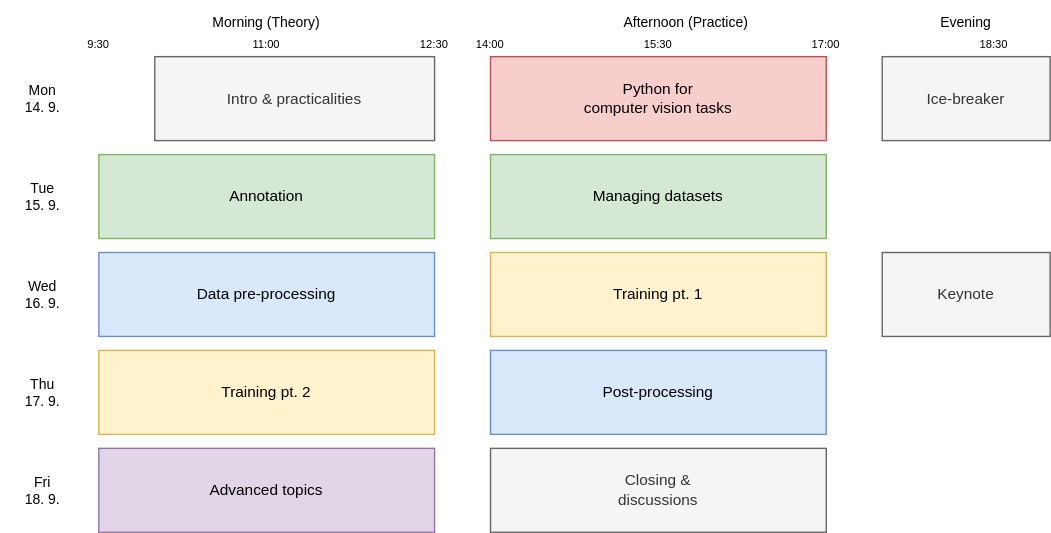
Before: figs/programme.svg, a diagram exported from draw.io (ARUP-CAS/atrium-school-ml). Source tidied: cells renumbered, new cells last; positions are measured from the earlier drawing's top-left corner, leaving out a move shared by most shapes.
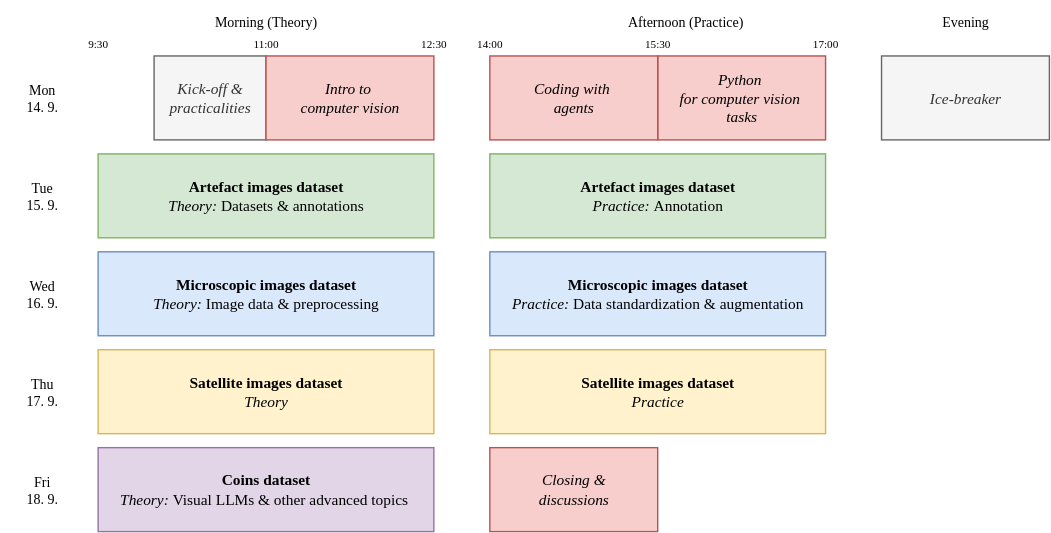
Above is the later version.

The edit, as a diff of the source:
```diff
@@ -2,86 +2,86 @@
   <root>
     <mxCell id="0" />
     <mxCell id="1" parent="0" />
-    <mxCell id="2" value="Tue&lt;br style=&quot;font-size: 10px;&quot;&gt;15. 9." style="text;html=1;strokeColor=none;fillColor=none;align=center;verticalAlign=middle;whiteSpace=wrap;rounded=0;fontStyle=0;fontFamily=Helvetica;fontSize=10;" parent="1" vertex="1">
+    <mxCell id="2" value="Tue&lt;br style=&quot;font-size: 10px;&quot;&gt;15. 9." style="text;html=1;strokeColor=none;fillColor=none;align=center;verticalAlign=middle;whiteSpace=wrap;rounded=0;fontStyle=0;fontFamily=Alegreya sans;fontSize=10;fontSource=https%3A%2F%2Ffonts.googleapis.com%2Fcss%3Ffamily%3DAlegreya%2Bsans;" parent="1" vertex="1">
       <mxGeometry y="110" width="60" height="60" as="geometry" />
     </mxCell>
-    <mxCell id="3" value="Mon&lt;br style=&quot;font-size: 10px;&quot;&gt;14. 9." style="text;html=1;strokeColor=none;fillColor=none;align=center;verticalAlign=middle;whiteSpace=wrap;rounded=0;fontStyle=0;fontFamily=Helvetica;fontSize=10;" parent="1" vertex="1">
+    <mxCell id="3" value="Mon&lt;br style=&quot;font-size: 10px;&quot;&gt;14. 9." style="text;html=1;strokeColor=none;fillColor=none;align=center;verticalAlign=middle;whiteSpace=wrap;rounded=0;fontStyle=0;fontFamily=Alegreya sans;fontSize=10;fontSource=https%3A%2F%2Ffonts.googleapis.com%2Fcss%3Ffamily%3DAlegreya%2Bsans;" parent="1" vertex="1">
       <mxGeometry y="40" width="60" height="60" as="geometry" />
     </mxCell>
-    <mxCell id="4" value="Wed&lt;br style=&quot;font-size: 10px;&quot;&gt;16. 9." style="text;html=1;strokeColor=none;fillColor=none;align=center;verticalAlign=middle;whiteSpace=wrap;rounded=0;fontStyle=0;fontFamily=Helvetica;fontSize=10;" parent="1" vertex="1">
+    <mxCell id="4" value="Wed&lt;br style=&quot;font-size: 10px;&quot;&gt;16. 9." style="text;html=1;strokeColor=none;fillColor=none;align=center;verticalAlign=middle;whiteSpace=wrap;rounded=0;fontStyle=0;fontFamily=Alegreya sans;fontSize=10;fontSource=https%3A%2F%2Ffonts.googleapis.com%2Fcss%3Ffamily%3DAlegreya%2Bsans;" parent="1" vertex="1">
       <mxGeometry y="180" width="60" height="60" as="geometry" />
     </mxCell>
-    <mxCell id="5" value="Thu&lt;br style=&quot;font-size: 10px;&quot;&gt;17. 9." style="text;html=1;strokeColor=none;fillColor=none;align=center;verticalAlign=middle;whiteSpace=wrap;rounded=0;fontStyle=0;fontFamily=Helvetica;fontSize=10;" parent="1" vertex="1">
+    <mxCell id="5" value="Thu&lt;br style=&quot;font-size: 10px;&quot;&gt;17. 9." style="text;html=1;strokeColor=none;fillColor=none;align=center;verticalAlign=middle;whiteSpace=wrap;rounded=0;fontStyle=0;fontFamily=Alegreya sans;fontSize=10;fontSource=https%3A%2F%2Ffonts.googleapis.com%2Fcss%3Ffamily%3DAlegreya%2Bsans;" parent="1" vertex="1">
       <mxGeometry y="250" width="60" height="60" as="geometry" />
     </mxCell>
-    <mxCell id="6" value="Fri&lt;br style=&quot;font-size: 10px;&quot;&gt;18. 9." style="text;html=1;strokeColor=none;fillColor=none;align=center;verticalAlign=middle;whiteSpace=wrap;rounded=0;fontStyle=0;fontFamily=Helvetica;fontSize=10;" parent="1" vertex="1">
+    <mxCell id="6" value="Fri&lt;br style=&quot;font-size: 10px;&quot;&gt;18. 9." style="text;html=1;strokeColor=none;fillColor=none;align=center;verticalAlign=middle;whiteSpace=wrap;rounded=0;fontStyle=0;fontFamily=Alegreya sans;fontSize=10;fontSource=https%3A%2F%2Ffonts.googleapis.com%2Fcss%3Ffamily%3DAlegreya%2Bsans;" parent="1" vertex="1">
       <mxGeometry y="320" width="60" height="60" as="geometry" />
     </mxCell>
-    <mxCell id="7" value="Morning (Theory)" style="text;html=1;strokeColor=none;fillColor=none;align=center;verticalAlign=middle;whiteSpace=wrap;rounded=0;fontFamily=Helvetica;fontStyle=0;fontSize=10;" parent="1" vertex="1">
+    <mxCell id="7" value="Morning (Theory)" style="text;html=1;strokeColor=none;fillColor=none;align=center;verticalAlign=middle;whiteSpace=wrap;rounded=0;fontFamily=Alegreya sans;fontStyle=0;fontSize=10;fontSource=https%3A%2F%2Ffonts.googleapis.com%2Fcss%3Ffamily%3DAlegreya%2Bsans;" parent="1" vertex="1">
       <mxGeometry x="70" width="240" height="30" as="geometry" />
     </mxCell>
-    <mxCell id="8" value="Afternoon (Practice)" style="text;html=1;strokeColor=none;fillColor=none;align=center;verticalAlign=middle;whiteSpace=wrap;rounded=0;fontFamily=Helvetica;fontSize=10;" parent="1" vertex="1">
+    <mxCell id="8" value="Afternoon (Practice)" style="text;html=1;strokeColor=none;fillColor=none;align=center;verticalAlign=middle;whiteSpace=wrap;rounded=0;fontFamily=Alegreya sans;fontSize=10;fontSource=https%3A%2F%2Ffonts.googleapis.com%2Fcss%3Ffamily%3DAlegreya%2Bsans;" parent="1" vertex="1">
       <mxGeometry x="350" width="280" height="30" as="geometry" />
     </mxCell>
-    <mxCell id="9" value="Evening" style="text;html=1;strokeColor=none;fillColor=none;align=center;verticalAlign=middle;whiteSpace=wrap;rounded=0;fontFamily=Helvetica;fontSize=10;" parent="1" vertex="1">
+    <mxCell id="9" value="Evening" style="text;html=1;strokeColor=none;fillColor=none;align=center;verticalAlign=middle;whiteSpace=wrap;rounded=0;fontFamily=Alegreya sans;fontSize=10;fontSource=https%3A%2F%2Ffonts.googleapis.com%2Fcss%3Ffamily%3DAlegreya%2Bsans;" parent="1" vertex="1">
       <mxGeometry x="630" width="120" height="30" as="geometry" />
     </mxCell>
-    <mxCell id="10" value="Intro &amp;amp; practicalities" style="rounded=0;whiteSpace=wrap;html=1;fillColor=#f5f5f5;strokeColor=#666666;fontFamily=Helvetica;fontSize=11;fontColor=#333333;" parent="1" vertex="1">
-      <mxGeometry x="110" y="40" width="200" height="60" as="geometry" />
+    <mxCell id="10" value="Kick-off &amp;amp; practicalities" style="rounded=0;whiteSpace=wrap;html=1;fillColor=#f5f5f5;strokeColor=#666666;fontFamily=Alegreya sans;fontSize=11;fontColor=#333333;fontSource=https%3A%2F%2Ffonts.googleapis.com%2Fcss%3Ffamily%3DAlegreya%2Bsans;fontStyle=2;" parent="1" vertex="1">
+      <mxGeometry x="110" y="40" width="80" height="60" as="geometry" />
     </mxCell>
-    <mxCell id="11" value="Ice-breaker" style="rounded=0;whiteSpace=wrap;html=1;fillColor=#f5f5f5;strokeColor=#666666;fontFamily=Helvetica;fontSize=11;fontColor=#333333;" parent="1" vertex="1">
+    <mxCell id="11" value="Ice-breaker" style="rounded=0;whiteSpace=wrap;html=1;fillColor=#f5f5f5;strokeColor=#666666;fontFamily=Alegreya sans;fontSize=11;fontColor=#333333;fontSource=https%3A%2F%2Ffonts.googleapis.com%2Fcss%3Ffamily%3DAlegreya%2Bsans;fontStyle=2;" parent="1" vertex="1">
       <mxGeometry x="630" y="40" width="120" height="60" as="geometry" />
     </mxCell>
-    <mxCell id="12" value="Post-processing" style="rounded=0;whiteSpace=wrap;html=1;fontFamily=Helvetica;fontSize=11;fillColor=#dae8fc;strokeColor=#6c8ebf;" parent="1" vertex="1">
-      <mxGeometry x="350" y="250" width="240" height="60" as="geometry" />
-    </mxCell>
-    <mxCell id="13" value="Closing &amp;amp;&lt;br&gt;discussions" style="rounded=0;whiteSpace=wrap;html=1;fontFamily=Helvetica;fontSize=11;fillColor=#f5f5f5;strokeColor=#666666;fontColor=#333333;" parent="1" vertex="1">
-      <mxGeometry x="350" y="320" width="240" height="60" as="geometry" />
+    <mxCell id="13" value="Closing &amp;amp;&lt;br&gt;discussions" style="rounded=0;whiteSpace=wrap;html=1;fontFamily=Alegreya sans;fontSize=11;fillColor=#f8cecc;strokeColor=#b85450;fontSource=https%3A%2F%2Ffonts.googleapis.com%2Fcss%3Ffamily%3DAlegreya%2Bsans;fontStyle=2;" parent="1" vertex="1">
+      <mxGeometry x="350" y="320" width="120" height="60" as="geometry" />
     </mxCell>
-    <mxCell id="14" value="&lt;font style=&quot;font-size: 8px;&quot;&gt;9:30&lt;/font&gt;" style="text;html=1;strokeColor=none;fillColor=none;align=center;verticalAlign=middle;whiteSpace=wrap;rounded=0;fontFamily=Helvetica;" parent="1" vertex="1">
+    <mxCell id="14" value="&lt;font style=&quot;font-size: 8px;&quot;&gt;9:30&lt;/font&gt;" style="text;html=1;strokeColor=none;fillColor=none;align=center;verticalAlign=middle;whiteSpace=wrap;rounded=0;fontFamily=Alegreya sans;fontSource=https%3A%2F%2Ffonts.googleapis.com%2Fcss%3Ffamily%3DAlegreya%2Bsans;" parent="1" vertex="1">
       <mxGeometry x="50" y="20" width="40" height="20" as="geometry" />
     </mxCell>
-    <mxCell id="15" value="&lt;font style=&quot;font-size: 8px;&quot;&gt;14:00&lt;/font&gt;" style="text;html=1;strokeColor=none;fillColor=none;align=center;verticalAlign=middle;whiteSpace=wrap;rounded=0;fontFamily=Helvetica;" parent="1" vertex="1">
+    <mxCell id="15" value="&lt;font style=&quot;font-size: 8px;&quot;&gt;14:00&lt;/font&gt;" style="text;html=1;strokeColor=none;fillColor=none;align=center;verticalAlign=middle;whiteSpace=wrap;rounded=0;fontFamily=Alegreya sans;fontSource=https%3A%2F%2Ffonts.googleapis.com%2Fcss%3Ffamily%3DAlegreya%2Bsans;" parent="1" vertex="1">
       <mxGeometry x="330" y="20" width="40" height="20" as="geometry" />
     </mxCell>
-    <mxCell id="16" value="&lt;font style=&quot;font-size: 8px;&quot;&gt;12:30&lt;/font&gt;" style="text;html=1;strokeColor=none;fillColor=none;align=center;verticalAlign=middle;whiteSpace=wrap;rounded=0;fontFamily=Helvetica;" parent="1" vertex="1">
+    <mxCell id="16" value="&lt;font style=&quot;font-size: 8px;&quot;&gt;12:30&lt;/font&gt;" style="text;html=1;strokeColor=none;fillColor=none;align=center;verticalAlign=middle;whiteSpace=wrap;rounded=0;fontFamily=Alegreya sans;fontSource=https%3A%2F%2Ffonts.googleapis.com%2Fcss%3Ffamily%3DAlegreya%2Bsans;" parent="1" vertex="1">
       <mxGeometry x="290" y="20" width="40" height="20" as="geometry" />
     </mxCell>
-    <mxCell id="17" value="&lt;font style=&quot;font-size: 8px;&quot;&gt;11:00&lt;/font&gt;" style="text;html=1;strokeColor=none;fillColor=none;align=center;verticalAlign=middle;whiteSpace=wrap;rounded=0;fontFamily=Helvetica;" parent="1" vertex="1">
+    <mxCell id="17" value="&lt;font style=&quot;font-size: 8px;&quot;&gt;11:00&lt;/font&gt;" style="text;html=1;strokeColor=none;fillColor=none;align=center;verticalAlign=middle;whiteSpace=wrap;rounded=0;fontFamily=Alegreya sans;fontSource=https%3A%2F%2Ffonts.googleapis.com%2Fcss%3Ffamily%3DAlegreya%2Bsans;" parent="1" vertex="1">
       <mxGeometry x="170" y="20" width="40" height="20" as="geometry" />
     </mxCell>
-    <mxCell id="18" value="&lt;font style=&quot;font-size: 8px;&quot;&gt;15:30&lt;/font&gt;" style="text;html=1;strokeColor=none;fillColor=none;align=center;verticalAlign=middle;whiteSpace=wrap;rounded=0;fontFamily=Helvetica;" parent="1" vertex="1">
+    <mxCell id="18" value="&lt;font style=&quot;font-size: 8px;&quot;&gt;15:30&lt;/font&gt;" style="text;html=1;strokeColor=none;fillColor=none;align=center;verticalAlign=middle;whiteSpace=wrap;rounded=0;fontFamily=Alegreya sans;fontSource=https%3A%2F%2Ffonts.googleapis.com%2Fcss%3Ffamily%3DAlegreya%2Bsans;" parent="1" vertex="1">
       <mxGeometry x="450" y="20" width="40" height="20" as="geometry" />
     </mxCell>
-    <mxCell id="19" value="&lt;font style=&quot;font-size: 8px;&quot;&gt;17:00&lt;/font&gt;" style="text;html=1;strokeColor=none;fillColor=none;align=center;verticalAlign=middle;whiteSpace=wrap;rounded=0;fontFamily=Helvetica;" parent="1" vertex="1">
+    <mxCell id="19" value="&lt;font style=&quot;font-size: 8px;&quot;&gt;17:00&lt;/font&gt;" style="text;html=1;strokeColor=none;fillColor=none;align=center;verticalAlign=middle;whiteSpace=wrap;rounded=0;fontFamily=Alegreya sans;fontSource=https%3A%2F%2Ffonts.googleapis.com%2Fcss%3Ffamily%3DAlegreya%2Bsans;" parent="1" vertex="1">
       <mxGeometry x="570" y="20" width="40" height="20" as="geometry" />
     </mxCell>
-    <mxCell id="20" value="Keynote" style="rounded=0;whiteSpace=wrap;html=1;fontFamily=Helvetica;fontSize=11;fillColor=#f5f5f5;strokeColor=#666666;fontColor=#333333;" parent="1" vertex="1">
-      <mxGeometry x="630" y="180" width="120" height="60" as="geometry" />
-    </mxCell>
-    <mxCell id="21" value="Managing datasets" style="rounded=0;whiteSpace=wrap;html=1;fillColor=#d5e8d4;strokeColor=#82b366;fontFamily=Helvetica;fontSize=11;" parent="1" vertex="1">
+    <mxCell id="21" value="&lt;b&gt;Artefact images dataset&lt;br&gt;&lt;/b&gt;&lt;i&gt;Practice: &lt;/i&gt;Annotation" style="rounded=0;whiteSpace=wrap;html=1;fillColor=#d5e8d4;strokeColor=#82b366;fontFamily=Alegreya sans;fontSize=11;fontSource=https%3A%2F%2Ffonts.googleapis.com%2Fcss%3Ffamily%3DAlegreya%2Bsans;" parent="1" vertex="1">
       <mxGeometry x="350" y="110" width="240" height="60" as="geometry" />
     </mxCell>
-    <mxCell id="22" value="&lt;font style=&quot;font-size: 8px;&quot;&gt;18:30&lt;/font&gt;" style="text;html=1;strokeColor=none;fillColor=none;align=center;verticalAlign=middle;whiteSpace=wrap;rounded=0;fontFamily=Helvetica;" parent="1" vertex="1">
-      <mxGeometry x="690" y="20" width="40" height="20" as="geometry" />
-    </mxCell>
-    <mxCell id="23" value="Python for&lt;br&gt;computer vision tasks" style="rounded=0;whiteSpace=wrap;html=1;fillColor=#f8cecc;strokeColor=#b85450;fontFamily=Helvetica;fontSize=11;" parent="1" vertex="1">
-      <mxGeometry x="350" y="40" width="240" height="60" as="geometry" />
+    <mxCell id="23" value="Python&amp;nbsp;&lt;br&gt;for&amp;nbsp;computer vision&amp;nbsp;&lt;br&gt;tasks" style="rounded=0;whiteSpace=wrap;html=1;fillColor=#f8cecc;strokeColor=#b85450;fontFamily=Alegreya sans;fontSize=11;fontSource=https%3A%2F%2Ffonts.googleapis.com%2Fcss%3Ffamily%3DAlegreya%2Bsans;fontStyle=2;" parent="1" vertex="1">
+      <mxGeometry x="470" y="40" width="120" height="60" as="geometry" />
     </mxCell>
-    <mxCell id="24" value="Advanced topics" style="rounded=0;whiteSpace=wrap;html=1;fontFamily=Helvetica;fontSize=11;fillColor=#e1d5e7;strokeColor=#9673a6;" parent="1" vertex="1">
+    <mxCell id="24" value="&lt;b&gt;Coins dataset&lt;br&gt;&lt;/b&gt;&lt;i&gt;Theory:&lt;/i&gt;&lt;b&gt;&amp;nbsp;&lt;/b&gt;Visual LLMs &amp;amp; other advanced topics&amp;nbsp;" style="rounded=0;whiteSpace=wrap;html=1;fontFamily=Alegreya sans;fontSize=11;fillColor=#e1d5e7;strokeColor=#9673a6;fontSource=https%3A%2F%2Ffonts.googleapis.com%2Fcss%3Ffamily%3DAlegreya%2Bsans;" parent="1" vertex="1">
       <mxGeometry x="70" y="320" width="240" height="60" as="geometry" />
     </mxCell>
-    <mxCell id="25" value="Data pre-processing" style="rounded=0;whiteSpace=wrap;html=1;fillColor=#dae8fc;strokeColor=#6c8ebf;fontFamily=Helvetica;fontSize=11;" parent="1" vertex="1">
+    <mxCell id="25" value="&lt;b&gt;Microscopic images dataset&lt;br&gt;&lt;/b&gt;&lt;i&gt;Theory:&lt;/i&gt; Image data &amp;amp; preprocessing" style="rounded=0;whiteSpace=wrap;html=1;fillColor=#dae8fc;strokeColor=#6c8ebf;fontFamily=Alegreya sans;fontSize=11;fontSource=https%3A%2F%2Ffonts.googleapis.com%2Fcss%3Ffamily%3DAlegreya%2Bsans;" parent="1" vertex="1">
       <mxGeometry x="70" y="180" width="240" height="60" as="geometry" />
     </mxCell>
-    <mxCell id="26" value="Training pt. 1" style="rounded=0;whiteSpace=wrap;html=1;fontFamily=Helvetica;fontSize=11;fillColor=#fff2cc;strokeColor=#d6b656;" parent="1" vertex="1">
-      <mxGeometry x="350" y="180" width="240" height="60" as="geometry" />
-    </mxCell>
-    <mxCell id="27" value="Annotation" style="rounded=0;whiteSpace=wrap;html=1;fillColor=#d5e8d4;strokeColor=#82b366;fontFamily=Helvetica;fontSize=11;" parent="1" vertex="1">
+    <mxCell id="27" value="&lt;b&gt;Artefact images dataset&lt;/b&gt;&lt;br&gt;&lt;i&gt;Theory:&lt;/i&gt; Datasets &amp;amp; annotations" style="rounded=0;whiteSpace=wrap;html=1;fillColor=#d5e8d4;strokeColor=#82b366;fontFamily=Alegreya sans;fontSize=11;fontSource=https%3A%2F%2Ffonts.googleapis.com%2Fcss%3Ffamily%3DAlegreya%2Bsans;" parent="1" vertex="1">
       <mxGeometry x="70" y="110" width="240" height="60" as="geometry" />
     </mxCell>
-    <mxCell id="28" value="Training pt. 2" style="rounded=0;whiteSpace=wrap;html=1;fontFamily=Helvetica;fontSize=11;fillColor=#fff2cc;strokeColor=#d6b656;" parent="1" vertex="1">
+    <mxCell id="28" value="&lt;b&gt;Satellite images dataset&lt;br&gt;&lt;/b&gt;&lt;i&gt;Theory&lt;/i&gt;" style="rounded=0;whiteSpace=wrap;html=1;fontFamily=Alegreya sans;fontSize=11;fillColor=#fff2cc;strokeColor=#d6b656;fontSource=https%3A%2F%2Ffonts.googleapis.com%2Fcss%3Ffamily%3DAlegreya%2Bsans;" parent="1" vertex="1">
       <mxGeometry x="70" y="250" width="240" height="60" as="geometry" />
     </mxCell>
+    <mxCell id="29" value="Coding with&amp;nbsp;&lt;br&gt;agents" style="rounded=0;whiteSpace=wrap;html=1;fillColor=#f8cecc;strokeColor=#b85450;fontFamily=Alegreya sans;fontSize=11;fontSource=https%3A%2F%2Ffonts.googleapis.com%2Fcss%3Ffamily%3DAlegreya%2Bsans;fontStyle=2;" parent="1" vertex="1">
+      <mxGeometry x="350" y="40" width="120" height="60" as="geometry" />
+    </mxCell>
+    <mxCell id="30" value="&lt;div&gt;Intro to&amp;nbsp;&lt;/div&gt;&lt;div&gt;computer vision&lt;/div&gt;" style="rounded=0;whiteSpace=wrap;html=1;fillColor=#f8cecc;strokeColor=#b85450;fontFamily=Alegreya sans;fontSize=11;fontSource=https%3A%2F%2Ffonts.googleapis.com%2Fcss%3Ffamily%3DAlegreya%2Bsans;fontStyle=2;" parent="1" vertex="1">
+      <mxGeometry x="190" y="40" width="120" height="60" as="geometry" />
+    </mxCell>
+    <mxCell id="31" value="&lt;b&gt;Microscopic images dataset&lt;br&gt;&lt;/b&gt;&lt;i&gt;Practice:&lt;/i&gt;&amp;nbsp;Data standardization &amp;amp; augmentation" style="rounded=0;whiteSpace=wrap;html=1;fillColor=#dae8fc;strokeColor=#6c8ebf;fontFamily=Alegreya sans;fontSize=11;fontSource=https%3A%2F%2Ffonts.googleapis.com%2Fcss%3Ffamily%3DAlegreya%2Bsans;" parent="1" vertex="1">
+      <mxGeometry x="350" y="180" width="240" height="60" as="geometry" />
+    </mxCell>
+    <mxCell id="32" value="&lt;b&gt;Satellite images dataset&lt;br&gt;&lt;/b&gt;&lt;i&gt;Practice&lt;/i&gt;" style="rounded=0;whiteSpace=wrap;html=1;fontFamily=Alegreya sans;fontSize=11;fillColor=#fff2cc;strokeColor=#d6b656;fontSource=https%3A%2F%2Ffonts.googleapis.com%2Fcss%3Ffamily%3DAlegreya%2Bsans;" parent="1" vertex="1">
+      <mxGeometry x="350" y="250" width="240" height="60" as="geometry" />
+    </mxCell>
   </root>
 </mxGraphModel>
```
